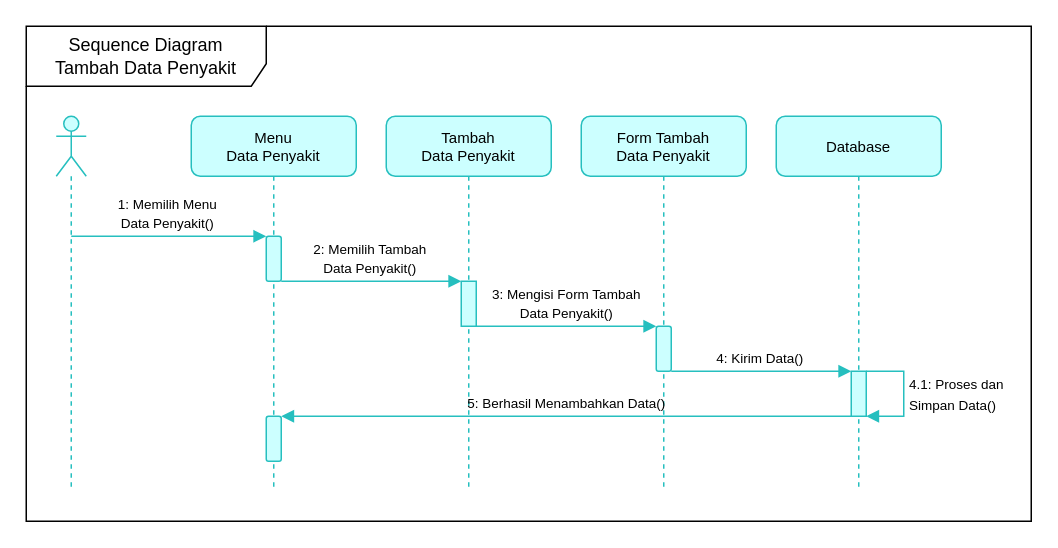
RyanRamadhan11/drawio keeps this draw.io diagram as page "Halaman-13" (13 of 27) of Diagram Tanpa Judul.drawio. Above is the earlier version. Source tidied: cells renumbered, new cells numbered last; positions are measured from the earlier drawing's top-left corner, leaving out a move shared by most shapes. Both pictures are drawn from the tidied source at 150%, with x=0, y=0 at pixel (26, 26).
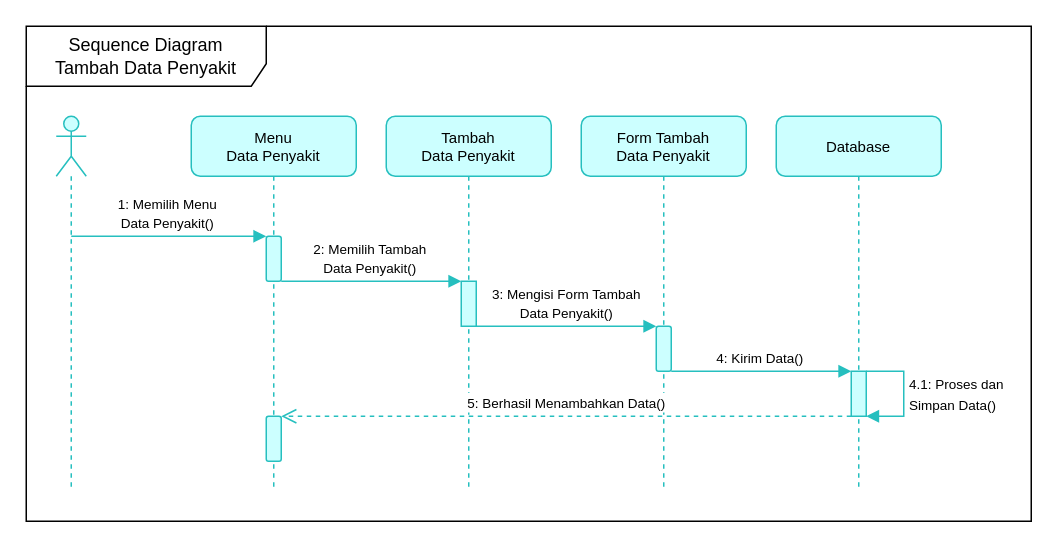
The same diagram, later.

The change refers to these unchanged cells:
```xml
<mxCell id="6" style="html=1;points=[];perimeter=orthogonalPerimeter;outlineConnect=0;targetShapes=umlLifeline;portConstraint=eastwest;newEdgeStyle={&quot;edgeStyle&quot;:&quot;elbowEdgeStyle&quot;,&quot;elbow&quot;:&quot;vertical&quot;,&quot;curved&quot;:0,&quot;rounded&quot;:0};labelBackgroundColor=none;rounded=1;strokeColor=#26BFBF;fillColor=#CCFFFF;" parent="4" vertex="1">
  <mxGeometry x="50" y="200" width="10" height="30" as="geometry" />
</mxCell>
<mxCell id="12" style="html=1;points=[];perimeter=orthogonalPerimeter;outlineConnect=0;targetShapes=umlLifeline;portConstraint=eastwest;newEdgeStyle={&quot;edgeStyle&quot;:&quot;elbowEdgeStyle&quot;,&quot;elbow&quot;:&quot;vertical&quot;,&quot;curved&quot;:0,&quot;rounded&quot;:0};fillColor=#CCFFFF;strokeColor=#26BFBF;" parent="11" vertex="1">
  <mxGeometry x="50" y="170" width="10" height="30" as="geometry" />
</mxCell>
```

The edit, as a diff of the source:
```diff
@@
-    <mxCell id="18" value="&lt;div style=&quot;text-align: justify; font-size: 9px;&quot;&gt;&lt;span style=&quot;&quot;&gt;5: Berhasil Menambahkan Data()&lt;/span&gt;&lt;/div&gt;" style="html=1;verticalAlign=bottom;endArrow=block;edgeStyle=elbowEdgeStyle;elbow=vertical;curved=0;rounded=1;labelBackgroundColor=none;fontColor=default;strokeColor=#26BFBF;exitX=0;exitY=1;exitDx=0;exitDy=0;exitPerimeter=0;" parent="1" edge="1" source="12" target="6">
+    <mxCell id="18" value="&lt;font style=&quot;font-size: 9px;&quot;&gt;5: Berhasil Menambahkan Data()&lt;/font&gt;" style="html=1;verticalAlign=bottom;endArrow=open;dashed=1;endSize=8;edgeStyle=elbowEdgeStyle;elbow=vertical;curved=0;rounded=0;strokeColor=#26BFBF;" parent="1" edge="1" source="12">
       <mxGeometry relative="1" as="geometry">
-        <Array as="points">
-          <mxPoint x="500" y="260" />
-        </Array>
+        <mxPoint x="170" y="260" as="targetPoint" />
       </mxGeometry>
     </mxCell>
```
